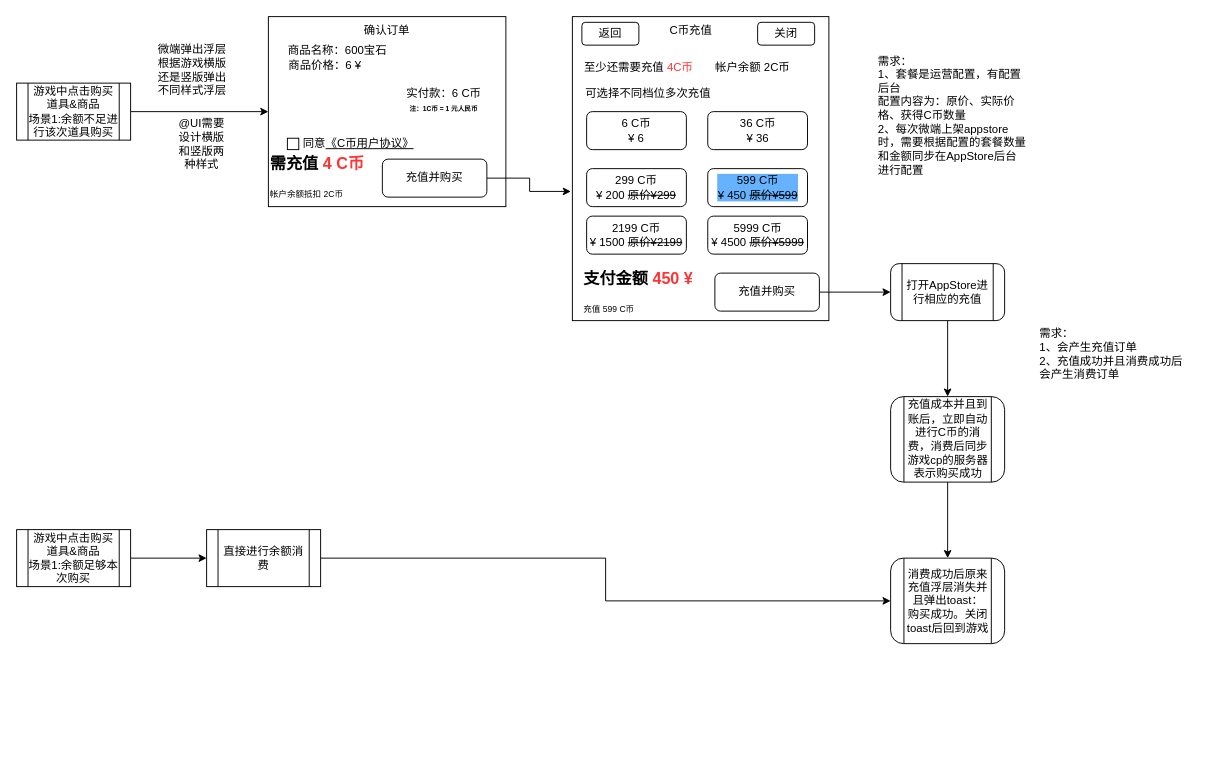
This is page "第 2 页" (2 of 3) of 联运中心CGC支付方式.drawio from Garygu0519/drawideas, a draw.io file, before an edit. Source tidied: cells renumbered, new cells numbered last; positions are measured from the earlier drawing's top-left corner, leaving out a move shared by most shapes. Both pictures are drawn from the tidied source at 95%, with x=0, y=0 at pixel (16, 16).
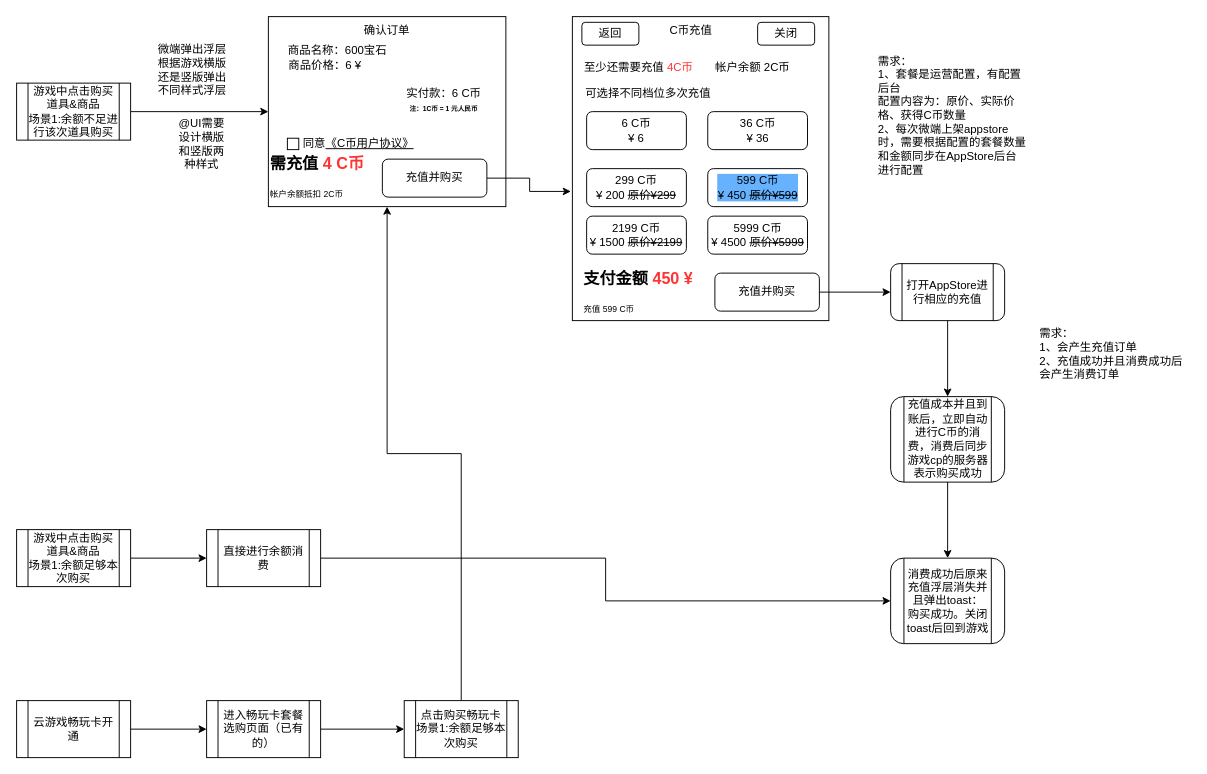
The same page after the edit.

Commit message:
更新联运中心CGC支付方式.drawio

Unchanged cells that the change refers to:
```xml
<mxCell id="3" style="rounded=0;whiteSpace=wrap;html=1;" parent="1" vertex="1">
  <mxGeometry x="265" width="250" height="200" as="geometry" />
</mxCell>
```

Diff of the diagram source:
```diff
@@
+    <mxCell id="46" style="edgeStyle=orthogonalEdgeStyle;rounded=0;jettySize=auto;html=1;" parent="1" edge="1" source="47" target="49">
+      <mxGeometry relative="1" as="geometry" />
+    </mxCell>
+    <mxCell id="47" value="云游戏畅玩卡开通" style="shape=process;whiteSpace=wrap;html=1;backgroundOutline=1;rounded=0;" parent="1" vertex="1">
+      <mxGeometry y="720" width="120" height="60" as="geometry" />
+    </mxCell>
+    <mxCell id="48" style="edgeStyle=orthogonalEdgeStyle;rounded=0;jettySize=auto;html=1;entryX=0;entryY=0.5;entryDx=0;entryDy=0;" parent="1" edge="1" source="49" target="51">
+      <mxGeometry relative="1" as="geometry" />
+    </mxCell>
+    <mxCell id="49" value="进入畅玩卡套餐选购页面（已有的）" style="shape=process;whiteSpace=wrap;html=1;backgroundOutline=1;rounded=0;" parent="1" vertex="1">
+      <mxGeometry x="200" y="720" width="120" height="60" as="geometry" />
+    </mxCell>
+    <mxCell id="50" style="edgeStyle=orthogonalEdgeStyle;rounded=0;jettySize=auto;html=1;entryX=0.5;entryY=1;entryDx=0;entryDy=0;" parent="1" edge="1" source="51" target="3">
+      <mxGeometry relative="1" as="geometry" />
+    </mxCell>
+    <mxCell id="51" value="点击购买畅玩卡&lt;div&gt;场景1:余额足够本次购买&lt;/div&gt;" style="shape=process;whiteSpace=wrap;html=1;backgroundOutline=1;rounded=0;" parent="1" vertex="1">
+      <mxGeometry x="408" y="720" width="120" height="60" as="geometry" />
+    </mxCell>
```
